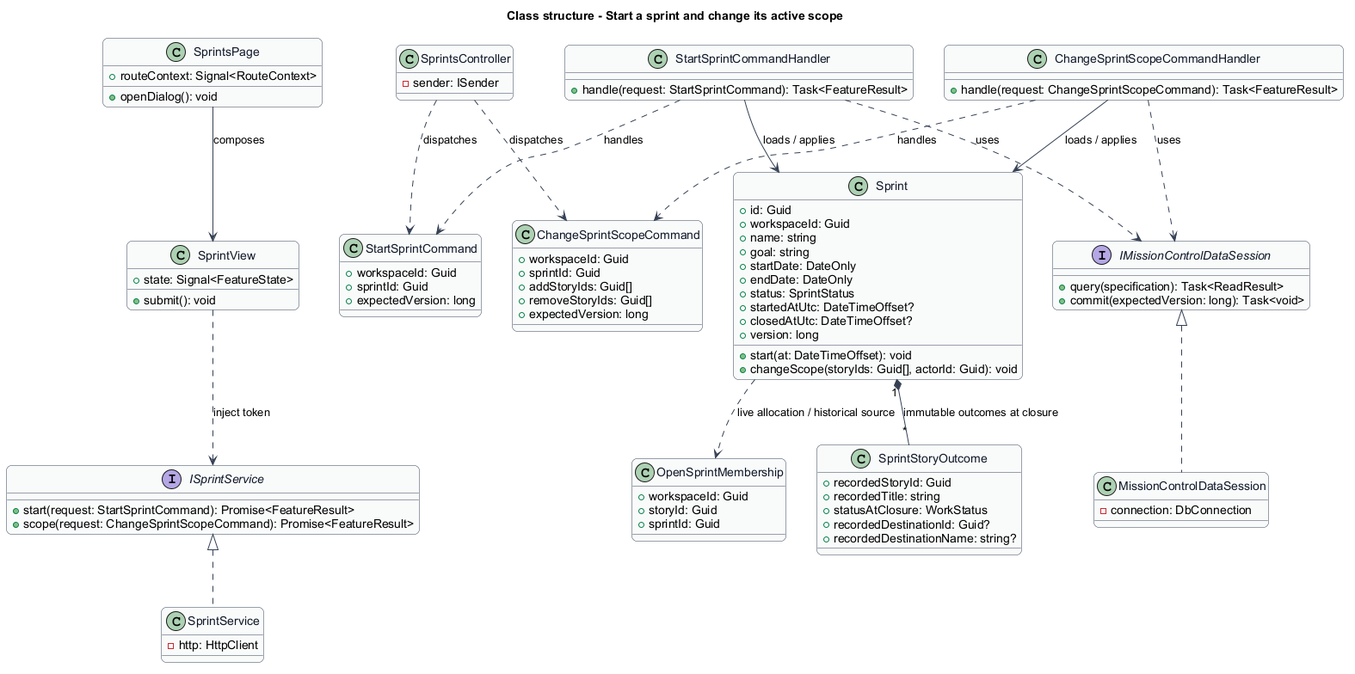
The PlantUML diagram docs/detailed-designs/scrum/start-and-adjust-sprint/diagrams/class-structure.png in QuinntyneBrown/mission-control, before a commit.
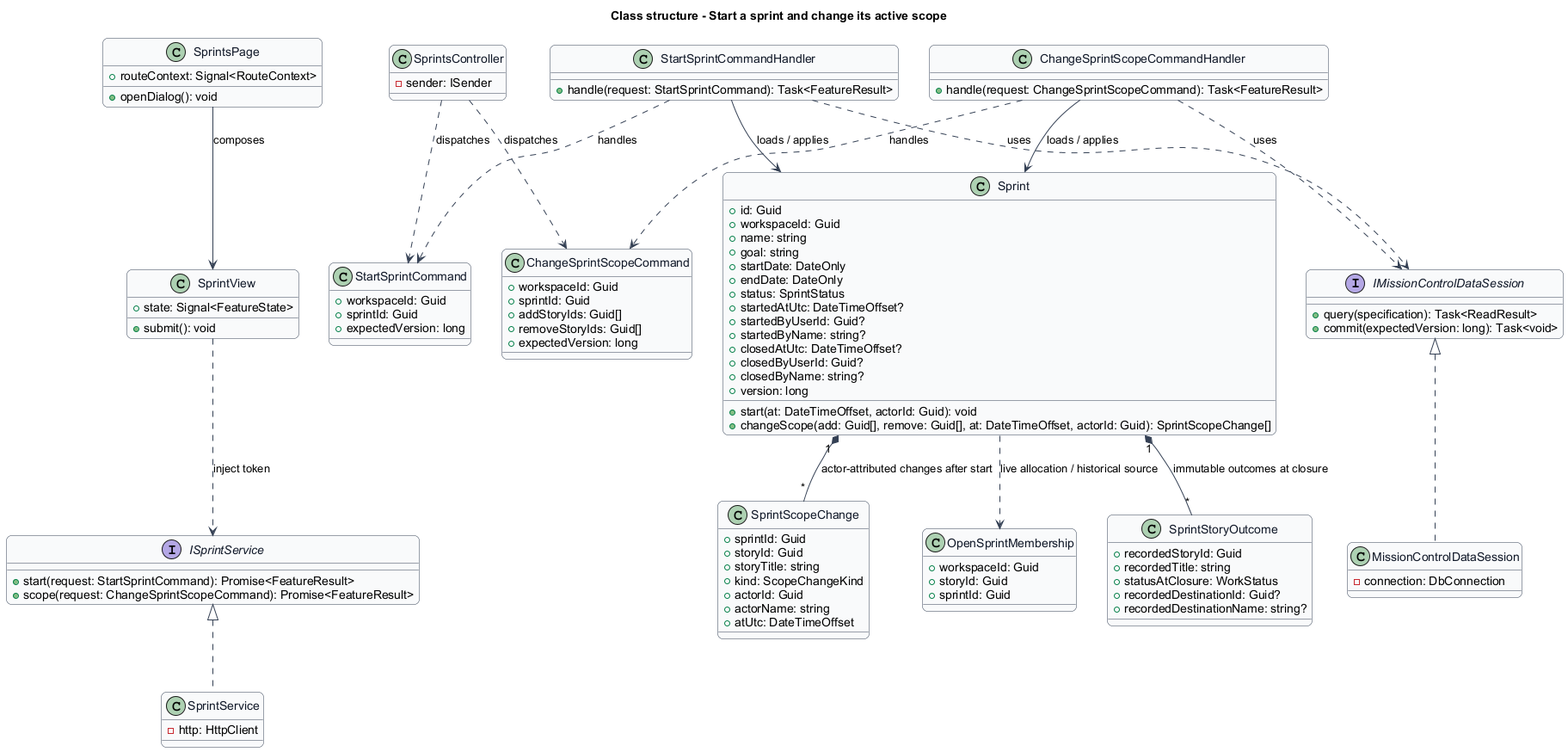
Above is the later version.

Change to the diagram source:
```diff
@@ -46,10 +46,14 @@
   +endDate: DateOnly
   +status: SprintStatus
   +startedAtUtc: DateTimeOffset?
+  +startedByUserId: Guid?
+  +startedByName: string?
   +closedAtUtc: DateTimeOffset?
+  +closedByUserId: Guid?
+  +closedByName: string?
   +version: long
-  +start(at: DateTimeOffset): void
-  +changeScope(storyIds: Guid[], actorId: Guid): void
+  +start(at: DateTimeOffset, actorId: Guid): void
+  +changeScope(add: Guid[], remove: Guid[], at: DateTimeOffset, actorId: Guid): SprintScopeChange[]
 }
 interface IMissionControlDataSession {
   +query(specification): Task<ReadResult>
@@ -101,6 +105,16 @@
   +recordedDestinationId: Guid?
   +recordedDestinationName: string?
 }
+class SprintScopeChange {
+  +sprintId: Guid
+  +storyId: Guid
+  +storyTitle: string
+  +kind: ScopeChangeKind
+  +actorId: Guid
+  +actorName: string
+  +atUtc: DateTimeOffset
+}
 Sprint "1" *-- "*" SprintStoryOutcome : immutable outcomes at closure
+Sprint "1" *-- "*" SprintScopeChange : actor-attributed changes after start
 Sprint ..> OpenSprintMembership : live allocation / historical source
 @enduml
```
